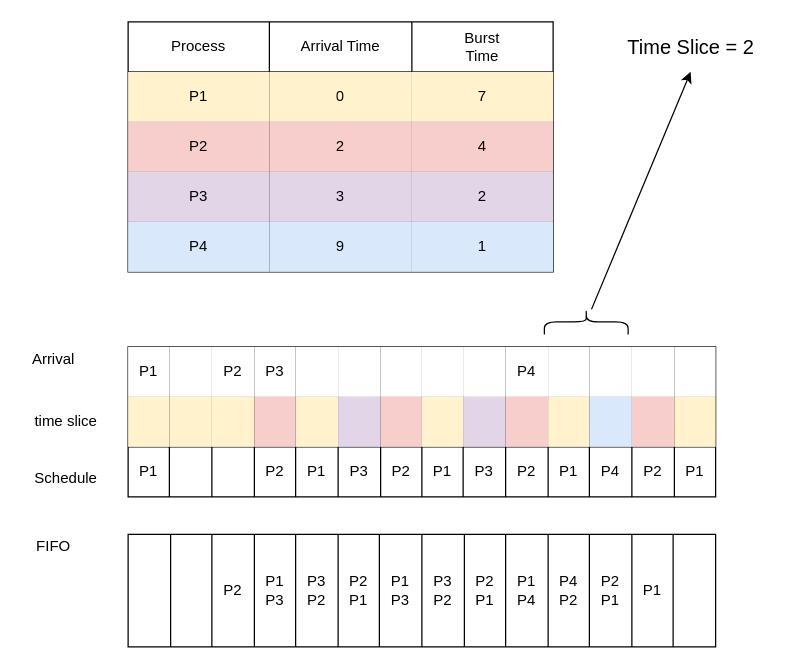
Before: FRound-Robin-Schedling-Arriva(smaller slice).drawio in estraining/diagram-store, a draw.io diagram. Source tidied: cells renumbered, new cells numbered last; positions are measured from the earlier drawing's top-left corner, leaving out a move shared by most shapes. Both pictures are drawn from the tidied source at 125%, with x=0, y=0 at pixel (21, 21).
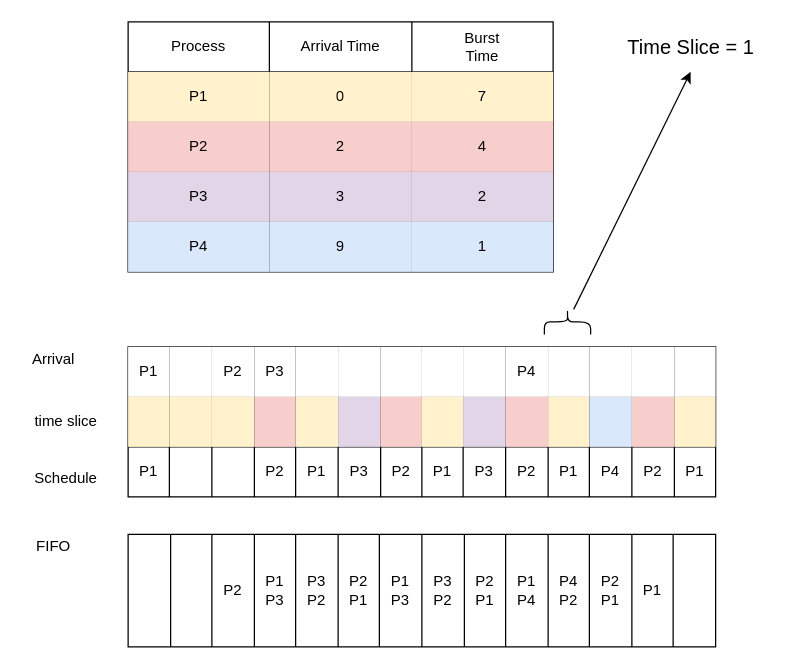
After the change.

What changed in the source:
```diff
@@
     <mxCell id="72" style="shape=curlyBracket;whiteSpace=wrap;html=1;rounded=1;direction=south;" parent="1" vertex="1">
-      <mxGeometry x="418" y="230" width="67" height="20" as="geometry" />
+      <mxGeometry x="418" y="230" width="37" height="20" as="geometry" />
     </mxCell>
-    <mxCell id="73" value="&lt;font style=&quot;font-size: 16px&quot;&gt;Time Slice = 2&lt;/font&gt;" style="text;html=1;align=center;verticalAlign=middle;" parent="1" vertex="1">
+    <mxCell id="73" value="&lt;font style=&quot;font-size: 16px&quot;&gt;Time Slice = 1&lt;/font&gt;" style="text;html=1;align=center;verticalAlign=middle;" parent="1" vertex="1">
       <mxGeometry x="475" y="10" width="120" height="20" as="geometry" />
     </mxCell>
```
